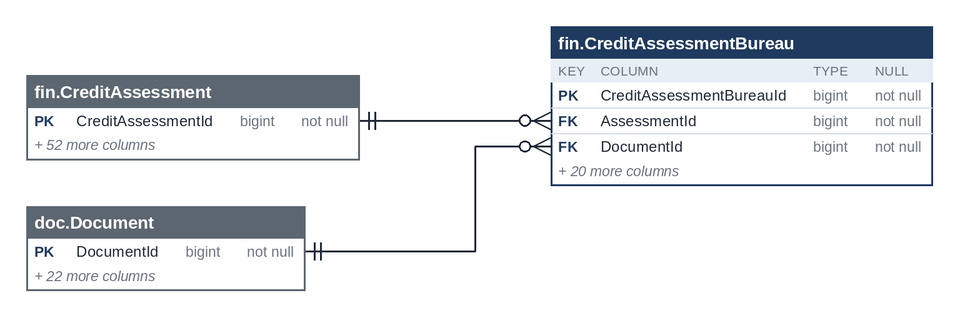
Above: treasury-platform/docs/diagrams/erd-en/m5_financials_5.png in thawrasy/smartlines (Mermaid), before the change. Its source is kept beside it as treasury-platform/docs/diagrams/erd/m5_financials_5.mmd. Its diagram source:
```mermaid
erDiagram
  fin_CreditAssessmentTrigger["fin.CreditAssessmentTrigger"] {
    bigint CreditAssessmentTriggerId PK
    bigint AssessmentId FK
    int MetricId FK
  }
  fin_CreditMetric["fin.CreditMetric"] {
    int CreditMetricId PK
  }
  fin_CreditRemedy["fin.CreditRemedy"] {
    int CreditRemedyId PK
  }
  fin_CreditRemedyStep["fin.CreditRemedyStep"] {
    int CreditRemedyStepId PK
    int RemedyId FK
  }
  fin_CreditMetric ||--o{ fin_CreditAssessmentTrigger : "MetricId"
  fin_CreditRemedy ||--o{ fin_CreditRemedyStep : "RemedyId"
```
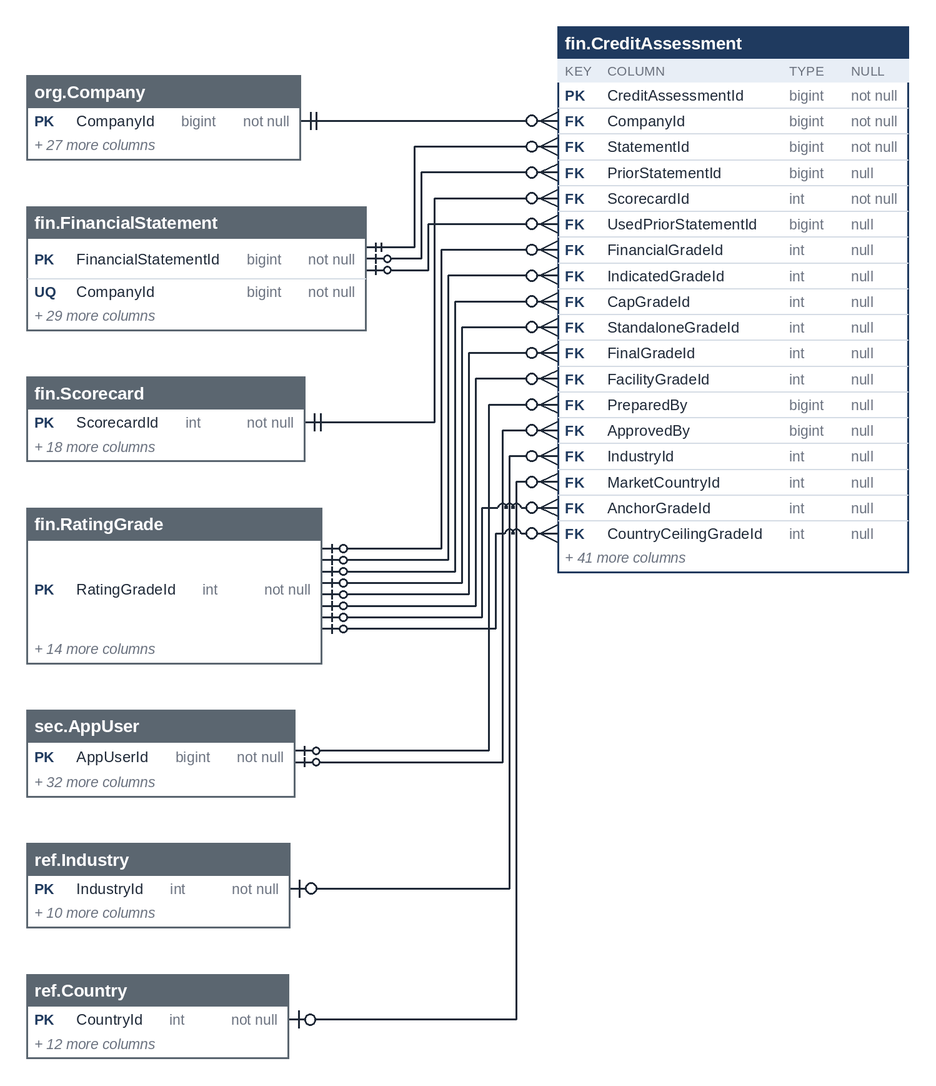
The same file after the commit.

The edit, as a diff of the source:
```diff
@@ -1,4 +1,16 @@
 erDiagram
+  fin_CreditAssessmentRemedy["fin.CreditAssessmentRemedy"] {
+    bigint CreditAssessmentRemedyId PK
+    bigint AssessmentId FK
+    int RemedyId FK
+    int ProFormaGradeId FK
+  }
+  fin_CreditAssessmentScenario["fin.CreditAssessmentScenario"] {
+    bigint CreditAssessmentScenarioId PK
+    bigint AssessmentId FK
+    int MacroScenarioId FK
+    int GradeId FK
+  }
   fin_CreditAssessmentTrigger["fin.CreditAssessmentTrigger"] {
     bigint CreditAssessmentTriggerId PK
     bigint AssessmentId FK
@@ -7,12 +19,4 @@
   fin_CreditMetric["fin.CreditMetric"] {
     int CreditMetricId PK
   }
-  fin_CreditRemedy["fin.CreditRemedy"] {
-    int CreditRemedyId PK
-  }
-  fin_CreditRemedyStep["fin.CreditRemedyStep"] {
-    int CreditRemedyStepId PK
-    int RemedyId FK
-  }
   fin_CreditMetric ||--o{ fin_CreditAssessmentTrigger : "MetricId"
-  fin_CreditRemedy ||--o{ fin_CreditRemedyStep : "RemedyId"
```
